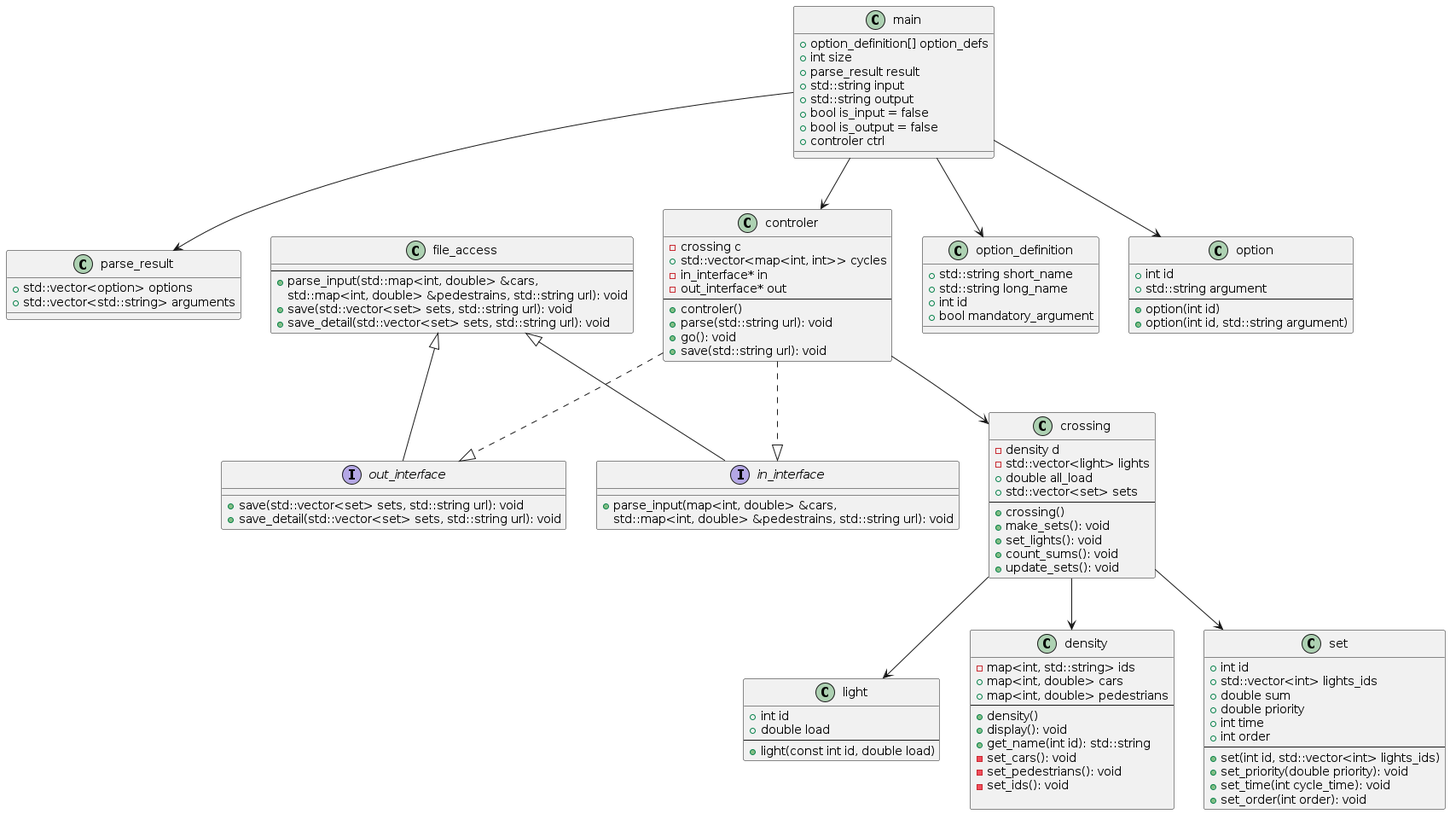
Above: docs/traffic_lights.png in kuriataz/traffic-lights (PlantUML), before the change. Source of this version:
```plantuml
@startuml traffic_lights

class controler {
  - crossing c
  + std::vector<map<int, int>> cycles
  - in_interface* in
  - out_interface* out
  --
  + controler()
  + parse(std::string url): void
  + go(): void
  + save(std::string url): void
}

class crossing {
  - density d
  - std::vector<light> lights
  + double all_load
  + std::vector<set> sets
  --
  + crossing()
  + make_sets(): void
  + set_lights(): void
  + count_sums(): void
  + update_sets(): void
}

class light {
  + int id
  + double load
  --
  + light(const int id, double load)
}

class density {
  - map<int, std::string> ids
  + map<int, double> cars
  + map<int, double> pedestrians
  --
  + density()
  + display(): void
  + get_name(int id): std::string
  - set_cars(): void
  - set_pedestrians(): void
  - set_ids(): void

}

class file_access {
  --
  + parse_input(std::map<int, double> &cars,
                           std::map<int, double> &pedestrains, std::string url): void
  + save(std::vector<set> sets, std::string url): void
  + save_detail(std::vector<set> sets, std::string url): void
}

class set {
  + int id
  + std::vector<int> lights_ids
  + double sum
  + double priority
  + int time
  + int order
  --
  + set(int id, std::vector<int> lights_ids)
  + set_priority(double priority): void
  + set_time(int cycle_time): void
  + set_order(int order): void
}

class option_definition {
  + std::string short_name
  + std::string long_name
  + int id
  + bool mandatory_argument
}

class option {
  + int id
  + std::string argument
  --
  + option(int id)
  + option(int id, std::string argument)
}

class parse_result {
  + std::vector<option> options
  + std::vector<std::string> arguments
}

interface out_interface {
  + save(std::vector<set> sets, std::string url): void
  + save_detail(std::vector<set> sets, std::string url): void
}

interface in_interface {
  + parse_input(map<int, double> &cars,
                           std::map<int, double> &pedestrains, std::string url): void
}

class main {
  + option_definition[] option_defs
  + int size
  + parse_result result
  + std::string input
  + std::string output
  + bool is_input = false
  + bool is_output = false
  + controler ctrl
}

file_access <|-- in_interface
file_access <|-- out_interface
controler --> crossing
controler ..|> out_interface
controler ..|> in_interface
crossing --> light
crossing --> density
crossing --> set
main --> controler
main --> option
main --> option_definition
main --> parse_result

@enduml
```
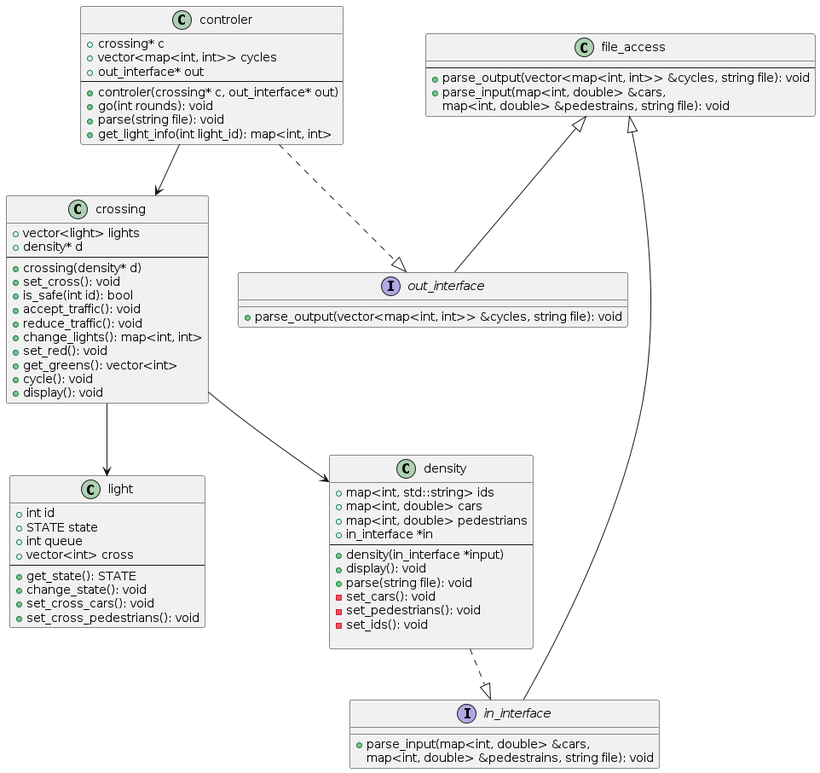
The same diagram one commit later.

The edit, as a diff of the source:
```diff
@@ -1,125 +1,81 @@
 @startuml traffic_lights
 
 class controler {
-  - crossing c
-  + std::vector<map<int, int>> cycles
-  - in_interface* in
-  - out_interface* out
+  + crossing* c
+  + vector<map<int, int>> cycles
+  + out_interface* out
   --
-  + controler()
-  + parse(std::string url): void
-  + go(): void
-  + save(std::string url): void
+  + controler(crossing* c, out_interface* out)
+  + go(int rounds): void
+  + parse(string file): void
+  + get_light_info(int light_id): map<int, int>
 }
 
 class crossing {
-  - density d
-  - std::vector<light> lights
-  + double all_load
-  + std::vector<set> sets
+  + vector<light> lights
+  + density* d
   --
-  + crossing()
-  + make_sets(): void
-  + set_lights(): void
-  + count_sums(): void
-  + update_sets(): void
+  + crossing(density* d)
+  + set_cross(): void
+  + is_safe(int id): bool
+  + accept_traffic(): void
+  + reduce_traffic(): void
+  + change_lights(): map<int, int>
+  + set_red(): void
+  + get_greens(): vector<int>
+  + cycle(): void
+  + display(): void
 }
 
 class light {
   + int id
-  + double load
+  + STATE state
+  + int queue
+  + vector<int> cross
   --
-  + light(const int id, double load)
+  + get_state(): STATE
+  + change_state(): void
+  + set_cross_cars(): void
+  + set_cross_pedestrians(): void
 }
 
-class density {
-  - map<int, std::string> ids
+class density{
+  + map<int, std::string> ids
   + map<int, double> cars
   + map<int, double> pedestrians
+  + in_interface *in
   --
-  + density()
+  + density(in_interface *input)
   + display(): void
-  + get_name(int id): std::string
+  + parse(string file): void
   - set_cars(): void
   - set_pedestrians(): void
   - set_ids(): void
 
 }
 
-class file_access {
+class file_access{
   --
-  + parse_input(std::map<int, double> &cars,
-                           std::map<int, double> &pedestrains, std::string url): void
-  + save(std::vector<set> sets, std::string url): void
-  + save_detail(std::vector<set> sets, std::string url): void
-}
-
-class set {
-  + int id
-  + std::vector<int> lights_ids
-  + double sum
-  + double priority
-  + int time
-  + int order
-  --
-  + set(int id, std::vector<int> lights_ids)
-  + set_priority(double priority): void
-  + set_time(int cycle_time): void
-  + set_order(int order): void
-}
-
-class option_definition {
-  + std::string short_name
-  + std::string long_name
-  + int id
-  + bool mandatory_argument
-}
-
-class option {
-  + int id
-  + std::string argument
-  --
-  + option(int id)
-  + option(int id, std::string argument)
-}
-
-class parse_result {
-  + std::vector<option> options
-  + std::vector<std::string> arguments
+  + parse_output(vector<map<int, int>> &cycles, string file): void
+  + parse_input(map<int, double> &cars,
+                           map<int, double> &pedestrains, string file): void
 }
 
 interface out_interface {
-  + save(std::vector<set> sets, std::string url): void
-  + save_detail(std::vector<set> sets, std::string url): void
+  + parse_output(vector<map<int, int>> &cycles, string file): void
 }
 
 interface in_interface {
   + parse_input(map<int, double> &cars,
-                           std::map<int, double> &pedestrains, std::string url): void
+                           map<int, double> &pedestrains, string file): void
 }
 
-class main {
-  + option_definition[] option_defs
-  + int size
-  + parse_result result
-  + std::string input
-  + std::string output
-  + bool is_input = false
-  + bool is_output = false
-  + controler ctrl
-}
-
+controler --> crossing
+controler ..|> out_interface
+crossing --> light
+density ..|> in_interface
+crossing --> density
 file_access <|-- in_interface
 file_access <|-- out_interface
-controler --> crossing
-controler ..|> out_interface
-controler ..|> in_interface
-crossing --> light
-crossing --> density
-crossing --> set
-main --> controler
-main --> option
-main --> option_definition
-main --> parse_result
 
 @enduml
```
